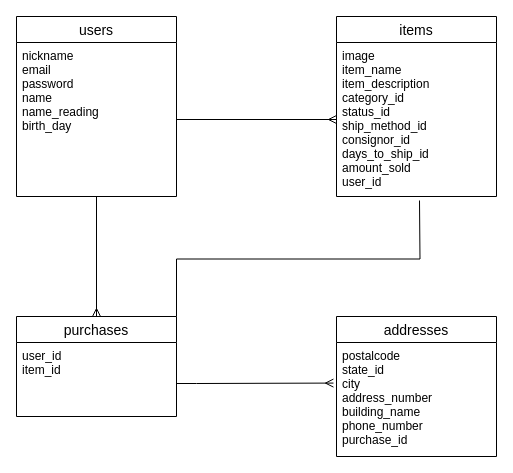
This is furima.dio from daichi1002/furima-31458, a draw.io file, before an edit. Source tidied: cells renumbered, new cells numbered last; positions are measured from the earlier drawing's top-left corner, leaving out a move shared by most shapes. Both pictures are drawn from the tidied source at 100%, with x=0, y=0 at pixel (16, 16).
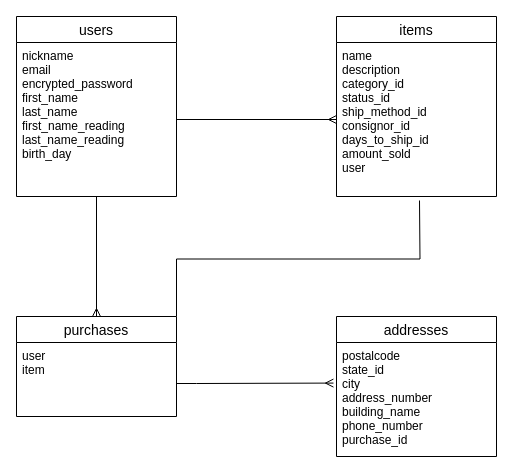
The same page after the edit.

Commit message (it also covers changes not shown here):
データベース設計の修正

Diff of the diagram source:
```diff
@@
 <mxGraphModel>
   <root>
     <mxCell id="0" />
     <mxCell id="1" parent="0" />
     <mxCell id="2" style="edgeStyle=orthogonalEdgeStyle;rounded=0;jettySize=auto;html=1;entryX=0.5;entryY=0;entryDx=0;entryDy=0;endArrow=ERmany;endFill=0;" parent="1" edge="1" source="3" target="8">
       <mxGeometry relative="1" as="geometry" />
     </mxCell>
     <mxCell id="3" value="users" style="swimlane;fontStyle=0;horizontal=1;startSize=26;align=center;fontSize=14;" parent="1" vertex="1">
       <mxGeometry width="160" height="180" as="geometry" />
     </mxCell>
-    <mxCell id="4" value="nickname&#10;email&#10;password&#10;name&#10;name_reading&#10;birth_day" style="text;strokeColor=none;fillColor=none;spacingLeft=4;spacingRight=4;overflow=hidden;points=[[0,0.5],[1,0.5]];portConstraint=eastwest;fontSize=12;" parent="3" vertex="1">
+    <mxCell id="4" value="nickname&#10;email&#10;encrypted_password&#10;first_name&#10;last_name&#10;first_name_reading&#10;last_name_reading&#10;birth_day" style="text;strokeColor=none;fillColor=none;spacingLeft=4;spacingRight=4;overflow=hidden;points=[[0,0.5],[1,0.5]];portConstraint=eastwest;fontSize=12;" parent="3" vertex="1">
       <mxGeometry y="26" width="160" height="154" as="geometry" />
     </mxCell>
     <mxCell id="5" value="items" style="swimlane;fontStyle=0;horizontal=1;startSize=26;align=center;fontSize=14;" parent="1" vertex="1">
       <mxGeometry x="320" width="160" height="180" as="geometry" />
     </mxCell>
-    <mxCell id="6" value="image&#10;item_name&#10;item_description&#10;category_id&#10;status_id&#10;ship_method_id&#10;consignor_id&#10;days_to_ship_id&#10;amount_sold&#10;user_id&#10;&#10;" style="text;strokeColor=none;fillColor=none;spacingLeft=4;spacingRight=4;overflow=hidden;points=[[0,0.5],[1,0.5]];portConstraint=eastwest;fontSize=12;" parent="5" vertex="1">
+    <mxCell id="6" value="name&#10;description&#10;category_id&#10;status_id&#10;ship_method_id&#10;consignor_id&#10;days_to_ship_id&#10;amount_sold&#10;user&#10;&#10;" style="text;strokeColor=none;fillColor=none;spacingLeft=4;spacingRight=4;overflow=hidden;points=[[0,0.5],[1,0.5]];portConstraint=eastwest;fontSize=12;" parent="5" vertex="1">
       <mxGeometry y="26" width="160" height="154" as="geometry" />
     </mxCell>
     <mxCell id="7" style="edgeStyle=orthogonalEdgeStyle;rounded=0;jettySize=auto;html=1;exitX=1;exitY=0;exitDx=0;exitDy=0;endArrow=none;endFill=0;" parent="1" edge="1" source="8">
       <mxGeometry relative="1" as="geometry">
         <mxPoint x="403" y="184" as="targetPoint" />
       </mxGeometry>
     </mxCell>
     <mxCell id="8" value="purchases" style="swimlane;fontStyle=0;horizontal=1;startSize=26;align=center;fontSize=14;" parent="1" vertex="1">
       <mxGeometry y="300" width="160" height="100" as="geometry" />
     </mxCell>
-    <mxCell id="9" value="user_id&#10;item_id" style="text;strokeColor=none;fillColor=none;spacingLeft=4;spacingRight=4;overflow=hidden;points=[[0,0.5],[1,0.5]];portConstraint=eastwest;fontSize=12;" parent="8" vertex="1">
+    <mxCell id="9" value="user&#10;item" style="text;strokeColor=none;fillColor=none;spacingLeft=4;spacingRight=4;overflow=hidden;points=[[0,0.5],[1,0.5]];portConstraint=eastwest;fontSize=12;" parent="8" vertex="1">
       <mxGeometry y="26" width="160" height="74" as="geometry" />
     </mxCell>
     <mxCell id="10" value="addresses" style="swimlane;fontStyle=0;horizontal=1;startSize=26;align=center;fontSize=14;" parent="1" vertex="1">
       <mxGeometry x="320" y="300" width="160" height="140" as="geometry" />
     </mxCell>
     <mxCell id="11" value="postalcode&#10;state_id&#10;city&#10;address_number&#10;building_name&#10;phone_number&#10;purchase_id" style="text;strokeColor=none;fillColor=none;spacingLeft=4;spacingRight=4;overflow=hidden;points=[[0,0.5],[1,0.5]];portConstraint=eastwest;fontSize=12;" parent="10" vertex="1">
       <mxGeometry y="26" width="160" height="114" as="geometry" />
     </mxCell>
     <mxCell id="12" style="edgeStyle=orthogonalEdgeStyle;rounded=0;jettySize=auto;html=1;entryX=0;entryY=0.5;entryDx=0;entryDy=0;endArrow=ERmany;endFill=0;" parent="1" edge="1" source="4" target="6">
       <mxGeometry relative="1" as="geometry" />
     </mxCell>
     <mxCell id="13" style="edgeStyle=orthogonalEdgeStyle;rounded=0;jettySize=auto;html=1;entryX=-0.019;entryY=0.356;entryDx=0;entryDy=0;entryPerimeter=0;endArrow=ERmany;endFill=0;" parent="1" edge="1" source="9" target="11">
       <mxGeometry relative="1" as="geometry">
         <Array as="points">
           <mxPoint x="180" y="367" />
           <mxPoint x="180" y="367" />
         </Array>
       </mxGeometry>
     </mxCell>
   </root>
 </mxGraphModel>
```
